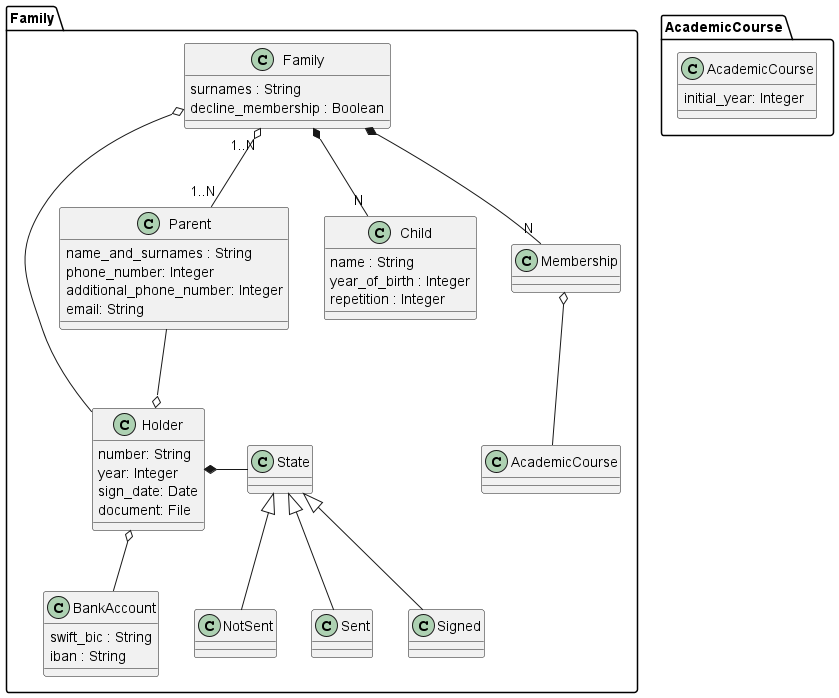
This is doc/DomainModelDiagram/FamilyPackage/FamilyPackage.png from IgnacioMaestro/ampa-manager, a PlantUML export, as it was before one commit.
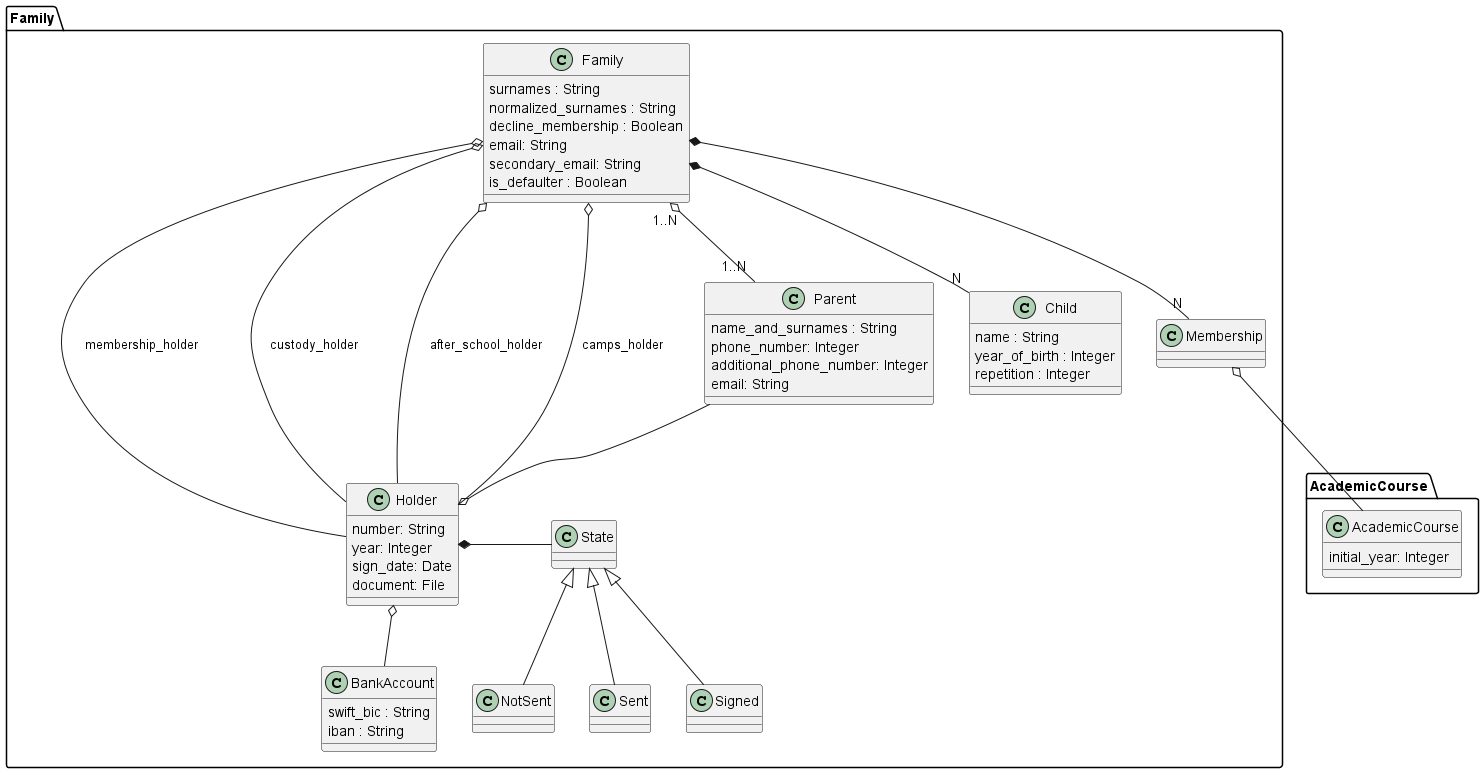
The same file after the commit.

The edit, as a diff of the source:
```diff
@@ -1,8 +1,18 @@
 @startuml
+package AcademicCourse {
+  class AcademicCourse {
+    initial_year: Integer
+  }
+}
+
 package Family {
   class Family {
     surnames : String
+    normalized_surnames : String
     decline_membership : Boolean
+    email: String
+    secondary_email: String
+    is_defaulter : Boolean
   }
   class Parent {
     name_and_surnames : String
@@ -38,18 +48,16 @@
   class Membership
   Parent --o Holder: ""
   Holder o-- BankAccount
-  Family o-- Holder
+  Family o-- Holder : "membership_holder"
+  Family o-- Holder : "custody_holder"
+  Family o-- Holder : "after_school_holder"
+  Family o-- Holder : "camps_holder"
 
 
   Family "1..N" o-- "1..N" Parent
   Family *-- "N" Child
   Family *-- "N" Membership: ""
-  Membership o-- AcademicCourse
+  Membership o-- AcademicCourse.AcademicCourse
 }
 
-package AcademicCourse {
-  class AcademicCourse {
-    initial_year: Integer
-  }
-}
 @enduml
```
